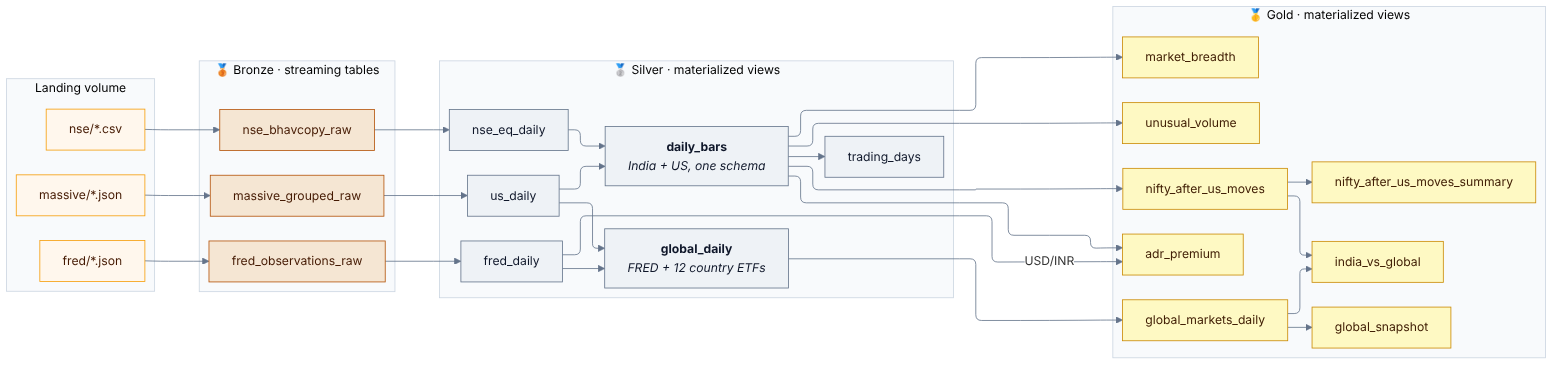
Earlier version of the Mermaid export docs/diagrams/03_lineage.png (bumblebee26/stocks_lakehouse). Its source is kept beside it as docs/diagrams/03_lineage.mmd. Its diagram source:
```mermaid
---
config:
  layout: elk
  elk:
    mergeEdges: false
    nodePlacementStrategy: NETWORK_SIMPLEX
---
flowchart LR
    subgraph LAND["Landing volume"]
        direction TB
        LN["nse/*.csv"]
        LM["massive/*.json"]
        LF["fred/*.json"]
    end

    subgraph B["🥉 Bronze · streaming tables"]
        direction TB
        B1["nse_bhavcopy_raw"]
        B2["massive_grouped_raw"]
        B3["fred_observations_raw"]
    end

    subgraph S["🥈 Silver · materialized views"]
        direction TB
        S1["nse_eq_daily"]
        S2["us_daily"]
        S3["<b>daily_bars</b><br/><i>India + US, one schema</i>"]
        S4["trading_days"]
        S5["fred_daily"]
        S6["<b>global_daily</b><br/><i>FRED + 12 country ETFs</i>"]
    end

    subgraph G["🥇 Gold · materialized views"]
        direction TB
        G1["unusual_volume"]
        G2["market_breadth"]
        G3["nifty_after_us_moves"]
        G4["nifty_after_us_moves_summary"]
        G5["adr_premium"]
        G6["global_markets_daily"]
        G7["global_snapshot"]
        G8["india_vs_global"]
    end

    LN --> B1 --> S1 --> S3
    LM --> B2 --> S2 --> S3
    LF --> B3 --> S5 --> S6
    S2 --> S6
    S3 --> S4
    S3 --> G1
    S3 --> G2
    S3 --> G3 --> G4
    S3 --> G5
    S5 -- "USD/INR" --> G5
    S6 --> G6 --> G7
    G6 --> G8
    G3 --> G8

    classDef land fill:#fff7ed,stroke:#f59e0b,color:#451a03
    classDef bronze fill:#f5e6d3,stroke:#b45309,color:#451a03
    classDef silver fill:#eef2f6,stroke:#64748b,color:#0f172a
    classDef gold fill:#fef9c3,stroke:#ca8a04,color:#422006
    class LN,LM,LF land
    class B1,B2,B3 bronze
    class S1,S2,S3,S4,S5,S6 silver
    class G1,G2,G3,G4,G5,G6,G7,G8 gold
```
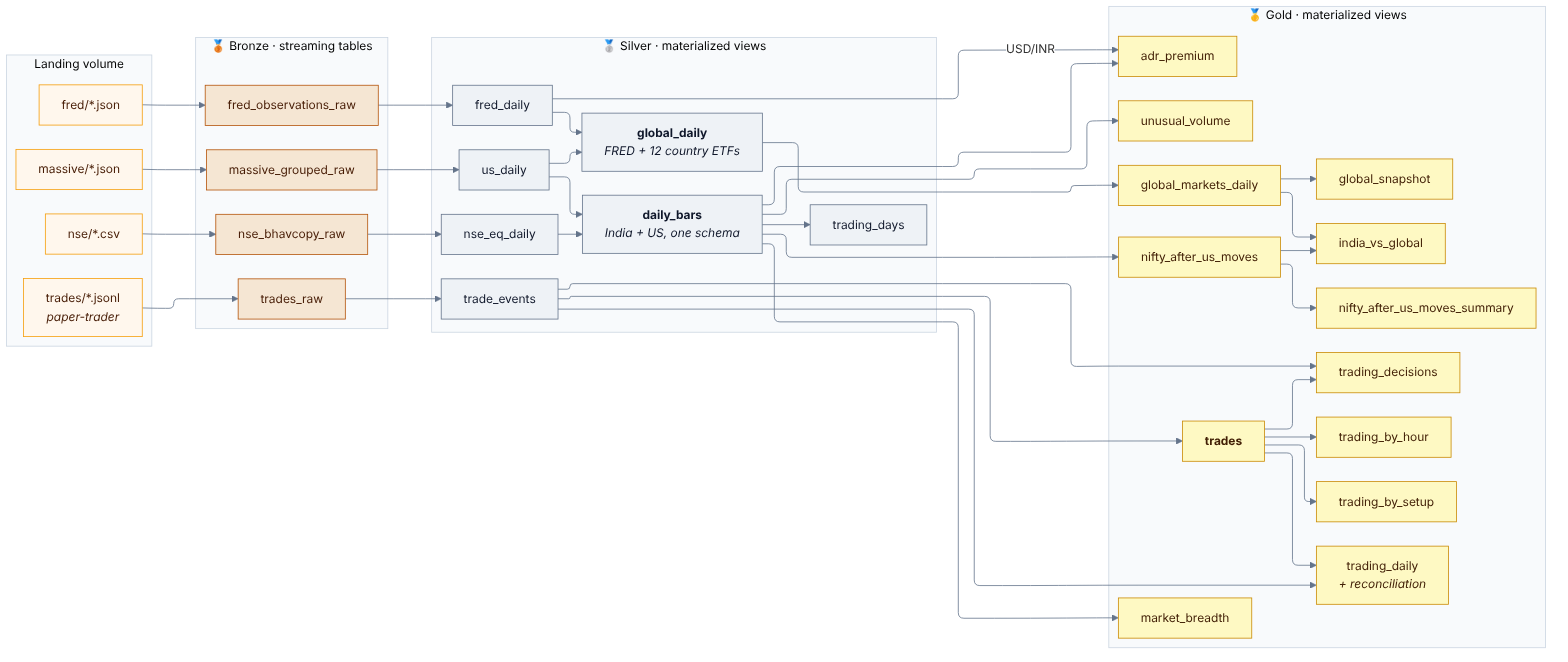
Above is the later version.

Diff of the diagram source:
```diff
@@ -11,6 +11,7 @@
         LN["nse/*.csv"]
         LM["massive/*.json"]
         LF["fred/*.json"]
+        LT["trades/*.jsonl<br/><i>paper-trader</i>"]
     end
 
     subgraph B["🥉 Bronze · streaming tables"]
@@ -18,6 +19,7 @@
         B1["nse_bhavcopy_raw"]
         B2["massive_grouped_raw"]
         B3["fred_observations_raw"]
+        B4["trades_raw"]
     end
 
     subgraph S["🥈 Silver · materialized views"]
@@ -28,6 +30,7 @@
         S4["trading_days"]
         S5["fred_daily"]
         S6["<b>global_daily</b><br/><i>FRED + 12 country ETFs</i>"]
+        S7["trade_events"]
     end
 
     subgraph G["🥇 Gold · materialized views"]
@@ -40,6 +43,11 @@
         G6["global_markets_daily"]
         G7["global_snapshot"]
         G8["india_vs_global"]
+        G9["<b>trades</b>"]
+        G10["trading_daily<br/><i>+ reconciliation</i>"]
+        G11["trading_by_setup"]
+        G12["trading_by_hour"]
+        G13["trading_decisions"]
     end
 
     LN --> B1 --> S1 --> S3
@@ -55,12 +63,19 @@
     S6 --> G6 --> G7
     G6 --> G8
     G3 --> G8
+    LT --> B4 --> S7 --> G9
+    G9 --> G10
+    S7 --> G10
+    G9 --> G11
+    G9 --> G12
+    G9 --> G13
+    S7 --> G13
 
     classDef land fill:#fff7ed,stroke:#f59e0b,color:#451a03
     classDef bronze fill:#f5e6d3,stroke:#b45309,color:#451a03
     classDef silver fill:#eef2f6,stroke:#64748b,color:#0f172a
     classDef gold fill:#fef9c3,stroke:#ca8a04,color:#422006
-    class LN,LM,LF land
-    class B1,B2,B3 bronze
-    class S1,S2,S3,S4,S5,S6 silver
-    class G1,G2,G3,G4,G5,G6,G7,G8 gold
+    class LN,LM,LF,LT land
+    class B1,B2,B3,B4 bronze
+    class S1,S2,S3,S4,S5,S6,S7 silver
+    class G1,G2,G3,G4,G5,G6,G7,G8,G9,G10,G11,G12,G13 gold
```
